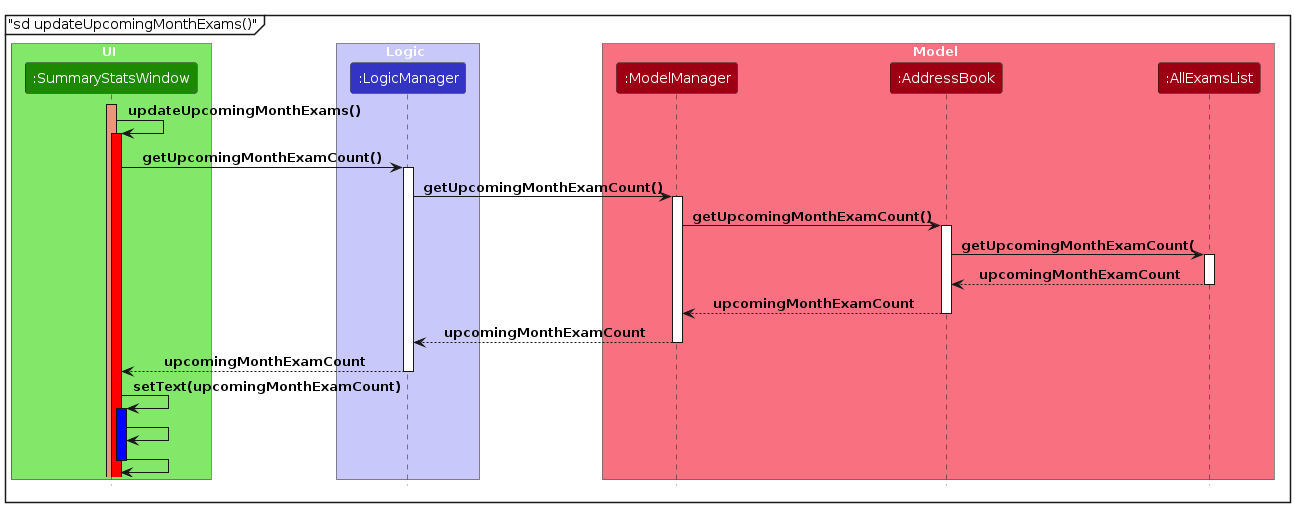
Above: diagrams/ViewStatsSequenceDiagramUpdateUpcomingExams.png in MarcusGitty/tp (PlantUML), before the change. Its source is kept beside it as diagrams/ViewStatsSequenceDiagramUpdateUpcomingExams.puml. Source of this version:
```plantuml
@startuml
mainframe "sd updateUpcomingMonthExams()"
!include style.puml


box UI UI_COLOR_T1
participant ":SummaryStatsWindow" as SummaryStatsWindow UI_COLOR

end box

box Logic LOGIC_COLOR_T1
participant ":LogicManager" as LogicManager LOGIC_COLOR
end box

box Model MODEL_COLOR_T1
participant ":ModelManager" as ModelManager MODEL_COLOR
participant ":AddressBook" as Addressbook MODEL_COLOR
participant ":AllExamsList" as AllExamsList MODEL_COLOR
end box


activate SummaryStatsWindow #DarkSalmon





SummaryStatsWindow -> SummaryStatsWindow: updateUpcomingMonthExams()

activate SummaryStatsWindow #Red
SummaryStatsWindow -> LogicManager:getUpcomingMonthExamCount()

activate LogicManager

LogicManager -> ModelManager: getUpcomingMonthExamCount()
activate ModelManager

ModelManager -> Addressbook: getUpcomingMonthExamCount()

activate Addressbook

Addressbook -> AllExamsList: getUpcomingMonthExamCount(

activate AllExamsList

AllExamsList --> Addressbook: upcomingMonthExamCount

deactivate AllExamsList

Addressbook --> ModelManager: upcomingMonthExamCount

deactivate Addressbook

ModelManager --> LogicManager: upcomingMonthExamCount

deactivate ModelManager

LogicManager --> SummaryStatsWindow: upcomingMonthExamCount

deactivate LogicManager

SummaryStatsWindow -> SummaryStatsWindow:setText(upcomingMonthExamCount)

activate SummaryStatsWindow #Blue

SummaryStatsWindow -> SummaryStatsWindow

SummaryStatsWindow -> SummaryStatsWindow
deactivate SummaryStatsWindow

@enduml
```
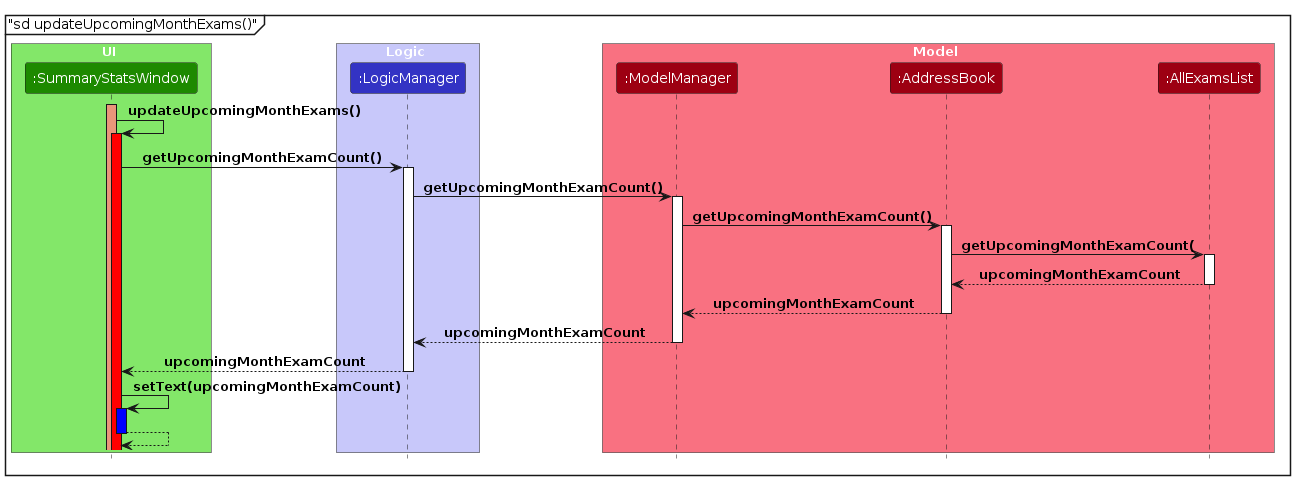
After the change.

Diff of the diagram source:
```diff
@@ -63,9 +63,8 @@
 
 activate SummaryStatsWindow #Blue
 
-SummaryStatsWindow -> SummaryStatsWindow
 
-SummaryStatsWindow -> SummaryStatsWindow
+SummaryStatsWindow --> SummaryStatsWindow
 deactivate SummaryStatsWindow
 
 @enduml
```
